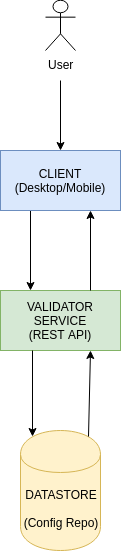
Above: Initial - Pull.png in rajkumar90/intuit-craft (draw.io), before the change. Source tidied: cells renumbered, new cells last; positions are measured from the earlier drawing's top-left corner, leaving out a move shared by most shapes. Source of this version:
```xml
<mxGraphModel>
  <root>
    <mxCell id="0" />
    <mxCell id="1" parent="0" />
    <mxCell id="2" style="edgeStyle=orthogonalEdgeStyle;rounded=0;jettySize=auto;html=1;exitX=0.25;exitY=1;exitDx=0;exitDy=0;entryX=0.25;entryY=0;entryDx=0;entryDy=0;" parent="1" edge="1" source="3" target="4">
      <mxGeometry relative="1" as="geometry" />
    </mxCell>
    <mxCell id="3" value="CLIENT (Desktop/Mobile)" style="rounded=0;whiteSpace=wrap;html=1;fillColor=#dae8fc;strokeColor=#6c8ebf;" parent="1" vertex="1">
      <mxGeometry y="150" width="120" height="60" as="geometry" />
    </mxCell>
    <mxCell id="4" value="VALIDATOR SERVICE&lt;br&gt;(REST API)" style="rounded=0;whiteSpace=wrap;html=1;fillColor=#d5e8d4;strokeColor=#82b366;" parent="1" vertex="1">
      <mxGeometry y="290" width="120" height="60" as="geometry" />
    </mxCell>
    <mxCell id="5" value="DATASTORE&lt;br&gt;&lt;br&gt;(Config Repo)" style="shape=cylinder;whiteSpace=wrap;html=1;boundedLbl=1;backgroundOutline=1;rounded=0;fillColor=#fff2cc;strokeColor=#d6b656;" parent="1" vertex="1">
      <mxGeometry x="20" y="430" width="80" height="120" as="geometry" />
    </mxCell>
    <mxCell id="6" style="endArrow=classic;html=1;entryX=0.15;entryY=0.05;entryDx=0;entryDy=0;entryPerimeter=0;" parent="1" edge="1" target="5">
      <mxGeometry relative="1" as="geometry">
        <mxPoint x="32" y="350" as="sourcePoint" />
      </mxGeometry>
    </mxCell>
    <mxCell id="7" style="endArrow=classic;html=1;exitX=0.75;exitY=0;exitDx=0;exitDy=0;entryX=0.75;entryY=1;entryDx=0;entryDy=0;" parent="1" edge="1" source="4" target="3">
      <mxGeometry relative="1" as="geometry" />
    </mxCell>
    <mxCell id="8" style="endArrow=classic;html=1;exitX=0.85;exitY=0.05;exitDx=0;exitDy=0;exitPerimeter=0;entryX=0.75;entryY=1;entryDx=0;entryDy=0;" parent="1" edge="1" source="5" target="4">
      <mxGeometry relative="1" as="geometry" />
    </mxCell>
    <mxCell id="9" style="edgeStyle=orthogonalEdgeStyle;rounded=0;jettySize=auto;html=1;" parent="1" edge="1" target="3">
      <mxGeometry relative="1" as="geometry">
        <mxPoint x="60" y="80" as="sourcePoint" />
      </mxGeometry>
    </mxCell>
    <mxCell id="10" value="User&lt;br&gt;" style="shape=umlActor;verticalLabelPosition=bottom;labelBackgroundColor=#ffffff;verticalAlign=top;html=1;" parent="1" vertex="1">
      <mxGeometry x="45" width="30" height="50" as="geometry" />
    </mxCell>
  </root>
</mxGraphModel>
```
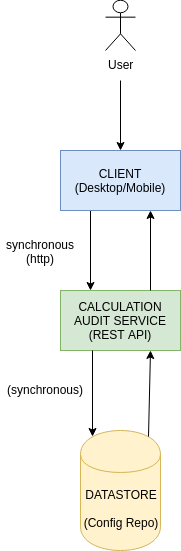
After the commit.

Change to the diagram source:
```diff
@@ -8,7 +8,7 @@
     <mxCell id="3" value="CLIENT (Desktop/Mobile)" style="rounded=0;whiteSpace=wrap;html=1;fillColor=#dae8fc;strokeColor=#6c8ebf;" parent="1" vertex="1">
       <mxGeometry y="150" width="120" height="60" as="geometry" />
     </mxCell>
-    <mxCell id="4" value="VALIDATOR SERVICE&lt;br&gt;(REST API)" style="rounded=0;whiteSpace=wrap;html=1;fillColor=#d5e8d4;strokeColor=#82b366;" parent="1" vertex="1">
+    <mxCell id="4" value="CALCULATION AUDIT SERVICE&lt;br&gt;(REST API)" style="rounded=0;whiteSpace=wrap;html=1;fillColor=#d5e8d4;strokeColor=#82b366;" parent="1" vertex="1">
       <mxGeometry y="290" width="120" height="60" as="geometry" />
     </mxCell>
     <mxCell id="5" value="DATASTORE&lt;br&gt;&lt;br&gt;(Config Repo)" style="shape=cylinder;whiteSpace=wrap;html=1;boundedLbl=1;backgroundOutline=1;rounded=0;fillColor=#fff2cc;strokeColor=#d6b656;" parent="1" vertex="1">
@@ -33,5 +33,11 @@
     <mxCell id="10" value="User&lt;br&gt;" style="shape=umlActor;verticalLabelPosition=bottom;labelBackgroundColor=#ffffff;verticalAlign=top;html=1;" parent="1" vertex="1">
       <mxGeometry x="45" width="30" height="50" as="geometry" />
     </mxCell>
+    <mxCell id="11" value="synchronous&lt;br&gt;(http)" style="text;html=1;align=center;verticalAlign=top;spacingTop=-4;" parent="1" vertex="1">
+      <mxGeometry x="-60" y="235" width="80" height="30" as="geometry" />
+    </mxCell>
+    <mxCell id="12" value="(synchronous)" style="text;html=1;align=left;verticalAlign=top;spacingTop=-4;" parent="1" vertex="1">
+      <mxGeometry x="-55" y="380" width="90" height="20" as="geometry" />
+    </mxCell>
   </root>
 </mxGraphModel>
```
